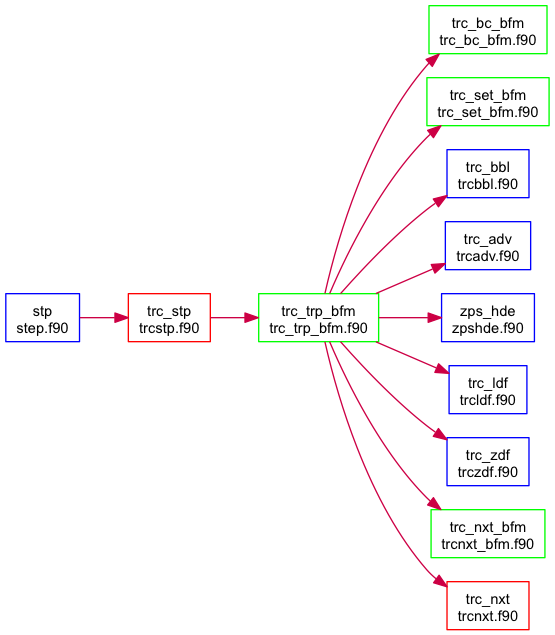
marco-zavatarelli/BFM17-56 keeps this Graphviz diagram as doc/nemo/Figures/trc_trp_bfm.png. Above is the earlier version. Its source is kept beside it as doc/nemo/Figures/trc_trp_bfm.dot.
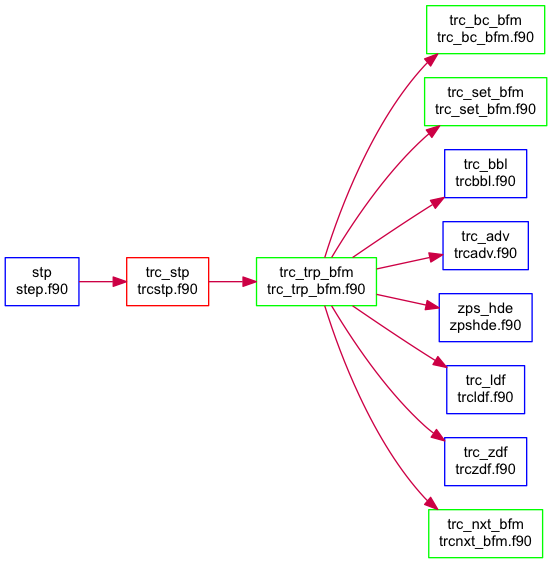
After the commit.

The edit, as a diff of the source:
```diff
@@ -21,8 +21,6 @@
 trczdf.f90"];
   __N12 [label="trc_nxt_bfm
 trcnxt_bfm.f90", color="green"];
-  __N13 [label="trc_nxt
-trcnxt.f90", color="red"];
   __N25 [label="trc_stp
 trcstp.f90", color="red"];
   __N26 [label="stp
@@ -35,7 +33,6 @@
   __N1 -> __N9;
   __N1 -> __N11;
   __N1 -> __N12;
-  __N1 -> __N13;
   __N26 -> __N25;
   __N25 -> __N1;
 }
```
